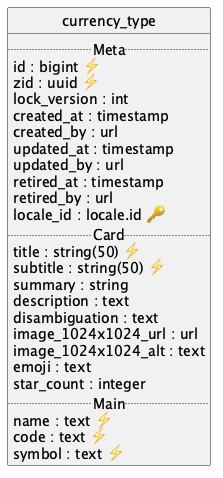
Before: api/currency_type/uml/uml.png, a diagram exported from PlantUML (contactopensource/contactopensource).
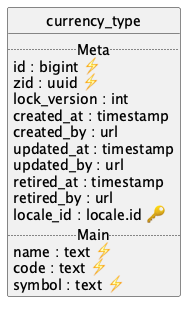
Later version of the same file.

The edit, as a diff of the source:
```diff
@@ -15,16 +15,6 @@
   retired_at : timestamp
   retired_by : url
   locale_id : locale.id 🔑
-  .. Card ..
-  title : string(50) ⚡
-  subtitle : string(50) ⚡
-  summary : string
-  description : text
-  disambiguation : text
-  image_1024x1024_url : url
-  image_1024x1024_alt : text
-  emoji : text
-  star_count : integer
   .. Main ..
   name : text ⚡
   code : text ⚡
```
